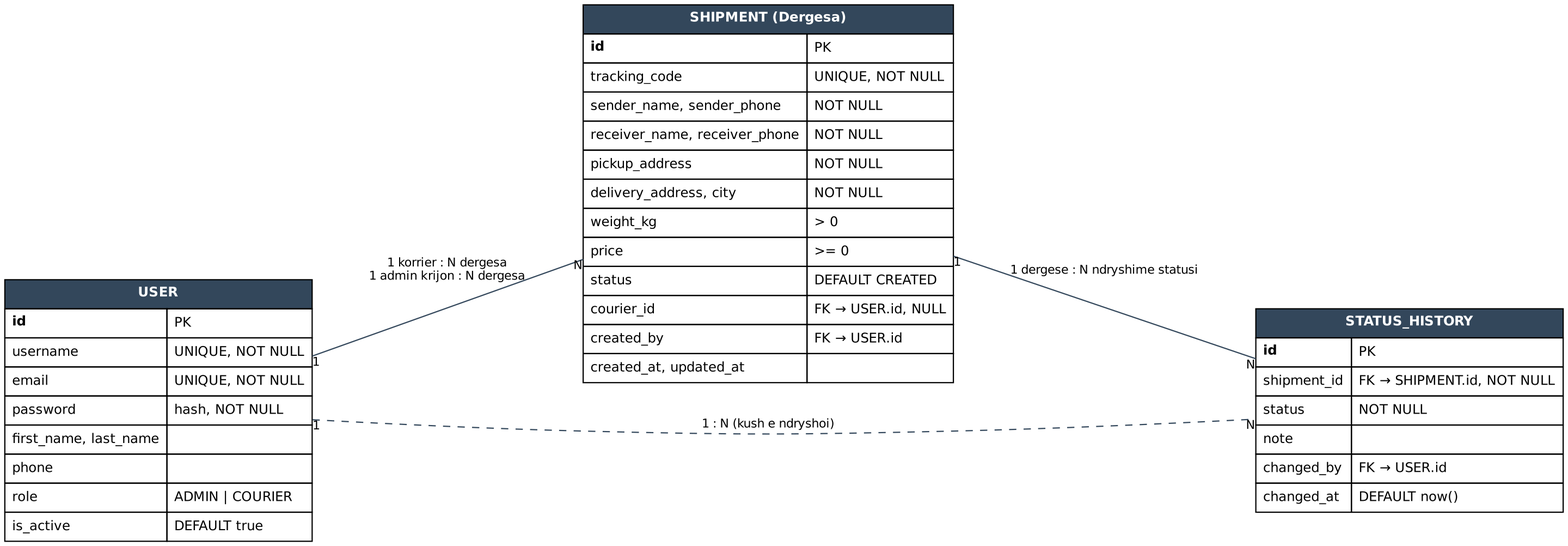
The Graphviz diagram docs/diagrams/databaza.png in arditakajdomqaj-rgb/Sistemi-per-Menaxhimin-e-Sherbimeve-te-Dergesave, before a commit. Its source is kept beside it as docs/diagrams/databaza.dot.
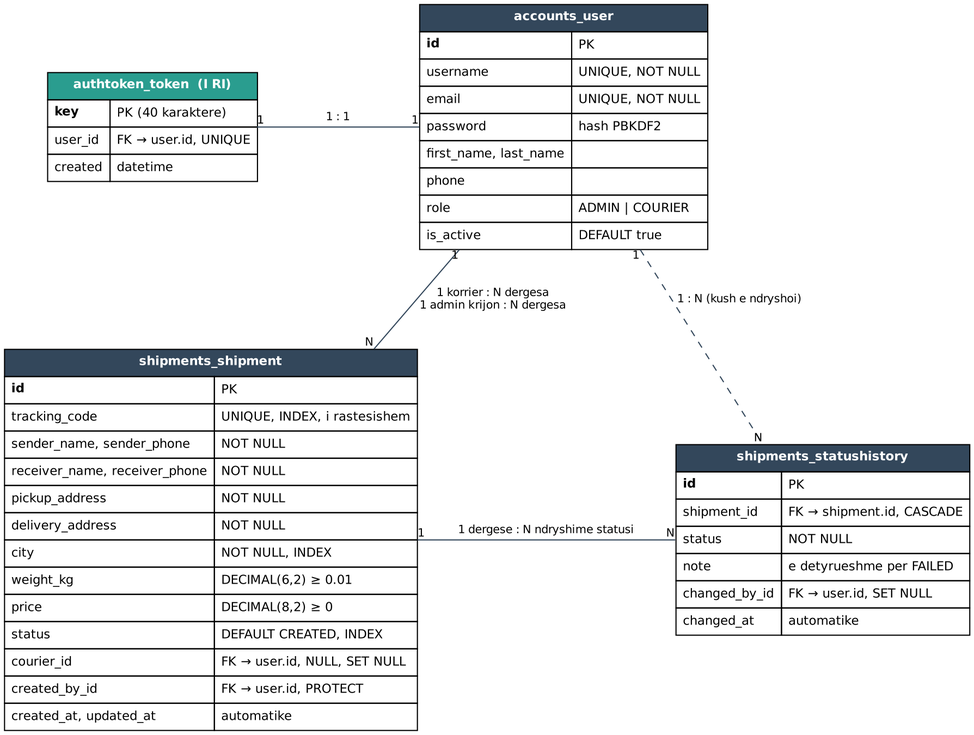
After the change.

Commit message:
docs: add Raporti Teknik 2, updated database schema and Postman collection

Change to the diagram source:
```diff
@@ -1,39 +1,48 @@
 digraph ER {
-  rankdir=LR; nodesep=0.8; ranksep=1.3;
+  rankdir=TB; nodesep=1.0; ranksep=0.9;
   node [shape=plain, fontname="Helvetica", fontsize=11];
   edge [fontname="Helvetica", fontsize=10, color="#33475b", arrowhead=none];
   user [label=<<table border="0" cellborder="1" cellspacing="0" cellpadding="5">
-   <tr><td bgcolor="#33475b" colspan="2"><font color="white"><b>USER</b></font></td></tr>
+   <tr><td bgcolor="#33475b" colspan="2"><font color="white"><b>accounts_user</b></font></td></tr>
    <tr><td align="left"><b>id</b></td><td align="left">PK</td></tr>
    <tr><td align="left">username</td><td align="left">UNIQUE, NOT NULL</td></tr>
    <tr><td align="left">email</td><td align="left">UNIQUE, NOT NULL</td></tr>
-   <tr><td align="left">password</td><td align="left">hash, NOT NULL</td></tr>
+   <tr><td align="left">password</td><td align="left">hash PBKDF2</td></tr>
    <tr><td align="left">first_name, last_name</td><td align="left"></td></tr>
    <tr><td align="left">phone</td><td align="left"></td></tr>
    <tr><td align="left">role</td><td align="left">ADMIN | COURIER</td></tr>
    <tr><td align="left">is_active</td><td align="left">DEFAULT true</td></tr></table>>];
+  token [label=<<table border="0" cellborder="1" cellspacing="0" cellpadding="5">
+   <tr><td bgcolor="#2a9d8f" colspan="2"><font color="white"><b>authtoken_token  (I RI)</b></font></td></tr>
+   <tr><td align="left"><b>key</b></td><td align="left">PK (40 karaktere)</td></tr>
+   <tr><td align="left">user_id</td><td align="left">FK → user.id, UNIQUE</td></tr>
+   <tr><td align="left">created</td><td align="left">datetime</td></tr></table>>];
   ship [label=<<table border="0" cellborder="1" cellspacing="0" cellpadding="5">
-   <tr><td bgcolor="#33475b" colspan="2"><font color="white"><b>SHIPMENT (Dergesa)</b></font></td></tr>
+   <tr><td bgcolor="#33475b" colspan="2"><font color="white"><b>shipments_shipment</b></font></td></tr>
    <tr><td align="left"><b>id</b></td><td align="left">PK</td></tr>
-   <tr><td align="left">tracking_code</td><td align="left">UNIQUE, NOT NULL</td></tr>
+   <tr><td align="left">tracking_code</td><td align="left">UNIQUE, INDEX, i rastesishem</td></tr>
    <tr><td align="left">sender_name, sender_phone</td><td align="left">NOT NULL</td></tr>
    <tr><td align="left">receiver_name, receiver_phone</td><td align="left">NOT NULL</td></tr>
    <tr><td align="left">pickup_address</td><td align="left">NOT NULL</td></tr>
-   <tr><td align="left">delivery_address, city</td><td align="left">NOT NULL</td></tr>
-   <tr><td align="left">weight_kg</td><td align="left">&gt; 0</td></tr>
-   <tr><td align="left">price</td><td align="left">&gt;= 0</td></tr>
-   <tr><td align="left">status</td><td align="left">DEFAULT CREATED</td></tr>
-   <tr><td align="left" port="c">courier_id</td><td align="left">FK → USER.id, NULL</td></tr>
-   <tr><td align="left" port="cb">created_by</td><td align="left">FK → USER.id</td></tr>
-   <tr><td align="left">created_at, updated_at</td><td align="left"></td></tr></table>>];
+   <tr><td align="left">delivery_address</td><td align="left">NOT NULL</td></tr>
+   <tr><td align="left">city</td><td align="left">NOT NULL, INDEX</td></tr>
+   <tr><td align="left">weight_kg</td><td align="left">DECIMAL(6,2) ≥ 0.01</td></tr>
+   <tr><td align="left">price</td><td align="left">DECIMAL(8,2) ≥ 0</td></tr>
+   <tr><td align="left">status</td><td align="left">DEFAULT CREATED, INDEX</td></tr>
+   <tr><td align="left">courier_id</td><td align="left">FK → user.id, NULL, SET NULL</td></tr>
+   <tr><td align="left">created_by_id</td><td align="left">FK → user.id, PROTECT</td></tr>
+   <tr><td align="left">created_at, updated_at</td><td align="left">automatike</td></tr></table>>];
   hist [label=<<table border="0" cellborder="1" cellspacing="0" cellpadding="5">
-   <tr><td bgcolor="#33475b" colspan="2"><font color="white"><b>STATUS_HISTORY</b></font></td></tr>
+   <tr><td bgcolor="#33475b" colspan="2"><font color="white"><b>shipments_statushistory</b></font></td></tr>
    <tr><td align="left"><b>id</b></td><td align="left">PK</td></tr>
-   <tr><td align="left">shipment_id</td><td align="left">FK → SHIPMENT.id, NOT NULL</td></tr>
+   <tr><td align="left">shipment_id</td><td align="left">FK → shipment.id, CASCADE</td></tr>
    <tr><td align="left">status</td><td align="left">NOT NULL</td></tr>
-   <tr><td align="left">note</td><td align="left"></td></tr>
-   <tr><td align="left">changed_by</td><td align="left">FK → USER.id</td></tr>
-   <tr><td align="left">changed_at</td><td align="left">DEFAULT now()</td></tr></table>>];
+   <tr><td align="left">note</td><td align="left">e detyrueshme per FAILED</td></tr>
+   <tr><td align="left">changed_by_id</td><td align="left">FK → user.id, SET NULL</td></tr>
+   <tr><td align="left">changed_at</td><td align="left">automatike</td></tr></table>>];
+  {rank=same; token; user;}
+  {rank=same; ship; hist;}
+  token -> user [label="1 : 1", headlabel="1", taillabel="1"];
   user -> ship [label="1 korrier : N dergesa\n1 admin krijon : N dergesa", headlabel="N", taillabel="1"];
   ship -> hist [label="1 dergese : N ndryshime statusi", headlabel="N", taillabel="1"];
   user -> hist [label="1 : N (kush e ndryshoi)", headlabel="N", taillabel="1", style=dashed];
```
